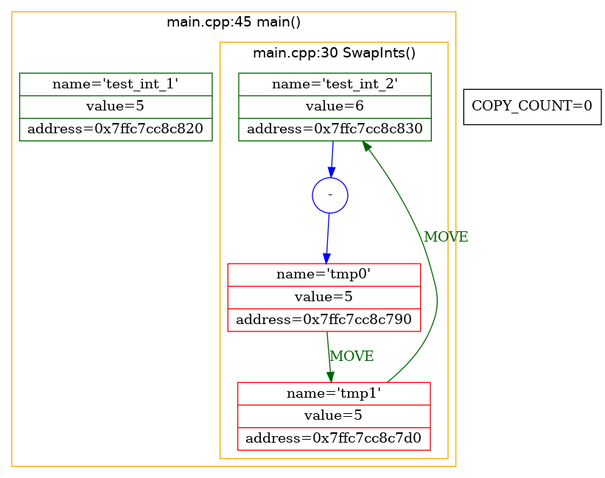
Before: lab.dot.png, a diagram exported from Graphviz (XDLoLiK/move-copy-lab). Its source is kept beside it as lab.dot.
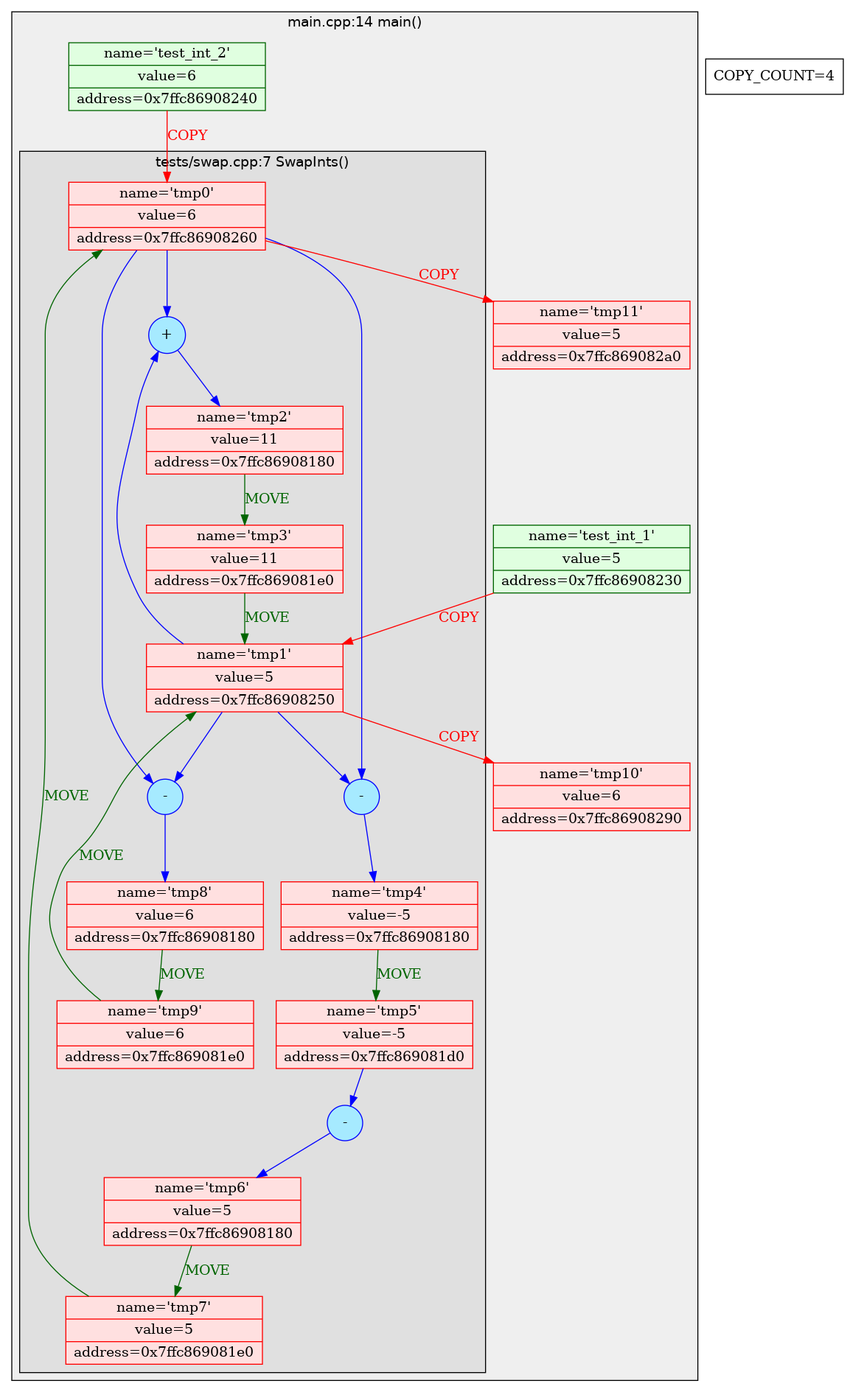
Later version of the same file.

What changed in the source:
```diff
@@ -2,24 +2,59 @@
 node [shape=record];
 fontname="Roboto Mono"
 subgraph cluster1 {
-color=orange
-label="main.cpp:45 main()"
-test_int_1 [color=darkgreen, label="{name='test_int_1'|value=5|address=0x7ffc7cc8c820}"]
-test_int_2 [color=darkgreen, label="{name='test_int_2'|value=6|address=0x7ffc7cc8c830}"]
+color=black
+style=filled
+fillcolor="#00000010"
+label="main.cpp:14 main()"
+test_int_1 [color=darkgreen, fillcolor="#e0ffe0", style=filled,label="{name='test_int_1'|value=5|address=0x7ffc86908230}"]
+test_int_2 [color=darkgreen, fillcolor="#e0ffe0", style=filled,label="{name='test_int_2'|value=6|address=0x7ffc86908240}"]
+tmp0 [color=red, fillcolor="#ffe0e0", style=filled,label="{name='tmp0'|value=6|address=0x7ffc86908260}"]
+test_int_2 -> tmp0 [color=red, label="COPY", fontcolor="red"]
+tmp1 [color=red, fillcolor="#ffe0e0", style=filled,label="{name='tmp1'|value=5|address=0x7ffc86908250}"]
+test_int_1 -> tmp1 [color=red, label="COPY", fontcolor="red"]
 subgraph cluster2 {
-color=orange
-label="main.cpp:30 SwapInts()"
-tmp0 [color=red, label="{name='tmp0'|value=5|address=0x7ffc7cc8c790}"]
-u_op1 [color=blue, shape=circle, label="-"]
-test_int_2 -> u_op1 [color=blue, label="", fontcolor=""]
-u_op1 -> tmp0 [color=blue, label="", fontcolor=""]
-tmp1 [color=red, label="{name='tmp1'|value=5|address=0x7ffc7cc8c7d0}"]
-tmp0 -> tmp1 [color=darkgreen, label="MOVE", fontcolor="darkgreen"]
-tmp1 -> test_int_2 [color=darkgreen, label="MOVE", fontcolor="darkgreen"]
+color=black
+style=filled
+fillcolor="#00000010"
+label="tests/swap.cpp:7 SwapInts()"
+tmp2 [color=red, fillcolor="#ffe0e0", style=filled,label="{name='tmp2'|value=11|address=0x7ffc86908180}"]
+op1 [color=blue, fillcolor="#a6eaff" , style=filled, shape=circle, label="+"]
+tmp1 -> op1 [color=blue, label="", fontcolor=""]
+tmp0 -> op1 [color=blue, label="", fontcolor=""]
+op1 -> tmp2 [color=blue, label="", fontcolor=""]
+tmp3 [color=red, fillcolor="#ffe0e0", style=filled,label="{name='tmp3'|value=11|address=0x7ffc869081e0}"]
+tmp2 -> tmp3 [color=darkgreen, label="MOVE", fontcolor="darkgreen"]
+tmp3 -> tmp1 [color=darkgreen, label="MOVE", fontcolor="darkgreen"]
+tmp4 [color=red, fillcolor="#ffe0e0", style=filled,label="{name='tmp4'|value=-5|address=0x7ffc86908180}"]
+op2 [color=blue, fillcolor="#a6eaff" , style=filled, shape=circle, label="-"]
+tmp0 -> op2 [color=blue, label="", fontcolor=""]
+tmp1 -> op2 [color=blue, label="", fontcolor=""]
+op2 -> tmp4 [color=blue, label="", fontcolor=""]
+tmp5 [color=red, fillcolor="#ffe0e0", style=filled,label="{name='tmp5'|value=-5|address=0x7ffc869081d0}"]
+tmp4 -> tmp5 [color=darkgreen, label="MOVE", fontcolor="darkgreen"]
+tmp6 [color=red, fillcolor="#ffe0e0", style=filled,label="{name='tmp6'|value=5|address=0x7ffc86908180}"]
+u_op1 [color=blue, fillcolor="#a6eaff", style=filled, shape=circle, label="-"]
+tmp5 -> u_op1 [color=blue, label="", fontcolor=""]
+u_op1 -> tmp6 [color=blue, label="", fontcolor=""]
+tmp7 [color=red, fillcolor="#ffe0e0", style=filled,label="{name='tmp7'|value=5|address=0x7ffc869081e0}"]
+tmp6 -> tmp7 [color=darkgreen, label="MOVE", fontcolor="darkgreen"]
+tmp7 -> tmp0 [color=darkgreen, label="MOVE", fontcolor="darkgreen"]
+tmp8 [color=red, fillcolor="#ffe0e0", style=filled,label="{name='tmp8'|value=6|address=0x7ffc86908180}"]
+op3 [color=blue, fillcolor="#a6eaff" , style=filled, shape=circle, label="-"]
+tmp1 -> op3 [color=blue, label="", fontcolor=""]
+tmp0 -> op3 [color=blue, label="", fontcolor=""]
+op3 -> tmp8 [color=blue, label="", fontcolor=""]
+tmp9 [color=red, fillcolor="#ffe0e0", style=filled,label="{name='tmp9'|value=6|address=0x7ffc869081e0}"]
+tmp8 -> tmp9 [color=darkgreen, label="MOVE", fontcolor="darkgreen"]
+tmp9 -> tmp1 [color=darkgreen, label="MOVE", fontcolor="darkgreen"]
 }
+tmp10 [color=red, fillcolor="#ffe0e0", style=filled,label="{name='tmp10'|value=6|address=0x7ffc86908290}"]
+tmp1 -> tmp10 [color=red, label="COPY", fontcolor="red"]
+tmp11 [color=red, fillcolor="#ffe0e0", style=filled,label="{name='tmp11'|value=5|address=0x7ffc869082a0}"]
+tmp0 -> tmp11 [color=red, label="COPY", fontcolor="red"]
 }
 subgraph caption {
 label="..."
-COPIES [label="COPY_COUNT=0"]
+COPIES [label="COPY_COUNT=4"]
 }
 }
```
